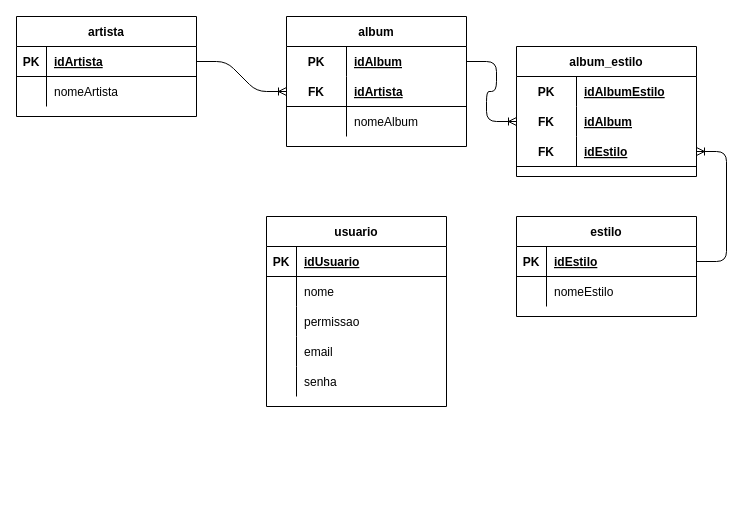
Before: page "Logico" (2 of 2) of exercicios/1.4-exercicio-optus/Modelagem/1.4-exercicio-optus.drawio in LimaGustav/senai_sprint1_bd, a draw.io diagram. Source tidied: cells renumbered, new cells numbered last; positions are measured from the earlier drawing's top-left corner, leaving out a move shared by most shapes. Both pictures are drawn from the tidied source at 100%, with x=0, y=0 at pixel (16, 16).
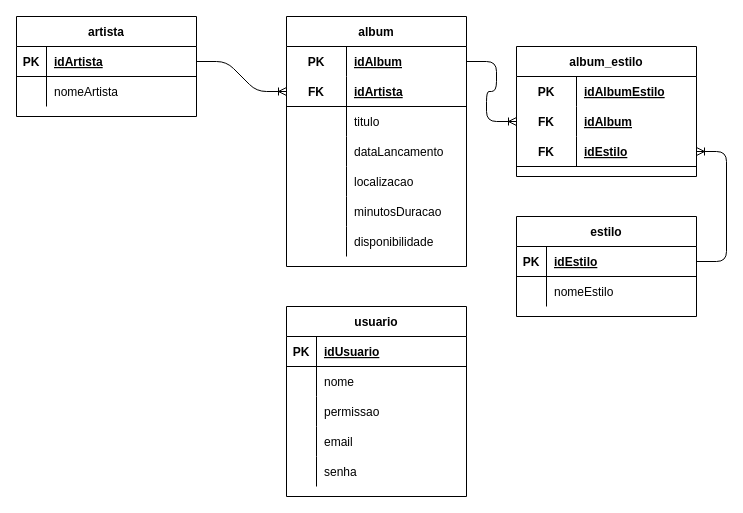
After the change.

Unchanged cells that the change refers to:
```xml
<mxCell id="52" style="shape=partialRectangle;fillColor=none;top=0;left=0;bottom=0;right=0;" parent="45" vertex="1">
  <mxGeometry y="90" width="180" height="30" as="geometry" />
</mxCell>
```

Change to the diagram source:
```diff
@@
     <mxCell id="2" value="usuario" style="shape=table;startSize=30;childLayout=tableLayout;rowLines=0;fontStyle=1;align=center;" parent="1" vertex="1">
-      <mxGeometry x="250" y="200" width="180" height="190" as="geometry" />
+      <mxGeometry x="270" y="290" width="180" height="190" as="geometry" />
     </mxCell>
@@
     <mxCell id="45" value="album" style="shape=table;startSize=30;childLayout=tableLayout;rowLines=0;fontStyle=1;align=center;" parent="1" vertex="1">
-      <mxGeometry x="270" width="180" height="130" as="geometry" />
+      <mxGeometry x="270" width="180" height="250" as="geometry" />
     </mxCell>
@@
-    <mxCell id="54" value="nomeAlbum" style="shape=partialRectangle;fillColor=none;top=0;left=0;bottom=0;right=0;align=left;spacingLeft=6;overflow=hidden;" parent="52" vertex="1">
+    <mxCell id="54" value="titulo" style="shape=partialRectangle;fillColor=none;top=0;left=0;bottom=0;right=0;align=left;spacingLeft=6;overflow=hidden;" parent="52" vertex="1">
       <mxGeometry x="60" width="120" height="30" as="geometry" />
     </mxCell>
+    <mxCell id="55" style="shape=partialRectangle;fillColor=none;top=0;left=0;bottom=0;right=0;" parent="45" vertex="1">
+      <mxGeometry y="120" width="180" height="30" as="geometry" />
+    </mxCell>
+    <mxCell id="56" style="shape=partialRectangle;fillColor=none;top=0;left=0;bottom=0;right=0;overflow=hidden;" parent="55" vertex="1">
+      <mxGeometry width="60" height="30" as="geometry" />
+    </mxCell>
+    <mxCell id="57" value="dataLancamento" style="shape=partialRectangle;fillColor=none;top=0;left=0;bottom=0;right=0;align=left;spacingLeft=6;overflow=hidden;" parent="55" vertex="1">
+      <mxGeometry x="60" width="120" height="30" as="geometry" />
+    </mxCell>
+    <mxCell id="58" style="shape=partialRectangle;fillColor=none;top=0;left=0;bottom=0;right=0;" parent="45" vertex="1">
+      <mxGeometry y="150" width="180" height="30" as="geometry" />
+    </mxCell>
+    <mxCell id="59" style="shape=partialRectangle;fillColor=none;top=0;left=0;bottom=0;right=0;overflow=hidden;" parent="58" vertex="1">
+      <mxGeometry width="60" height="30" as="geometry" />
+    </mxCell>
+    <mxCell id="60" value="localizacao" style="shape=partialRectangle;fillColor=none;top=0;left=0;bottom=0;right=0;align=left;spacingLeft=6;overflow=hidden;" parent="58" vertex="1">
+      <mxGeometry x="60" width="120" height="30" as="geometry" />
+    </mxCell>
+    <mxCell id="61" style="shape=partialRectangle;fillColor=none;top=0;left=0;bottom=0;right=0;" parent="45" vertex="1">
+      <mxGeometry y="180" width="180" height="30" as="geometry" />
+    </mxCell>
+    <mxCell id="62" style="shape=partialRectangle;fillColor=none;top=0;left=0;bottom=0;right=0;overflow=hidden;" parent="61" vertex="1">
+      <mxGeometry width="60" height="30" as="geometry" />
+    </mxCell>
+    <mxCell id="63" value="minutosDuracao" style="shape=partialRectangle;fillColor=none;top=0;left=0;bottom=0;right=0;align=left;spacingLeft=6;overflow=hidden;" parent="61" vertex="1">
+      <mxGeometry x="60" width="120" height="30" as="geometry" />
+    </mxCell>
+    <mxCell id="64" style="shape=partialRectangle;fillColor=none;top=0;left=0;bottom=0;right=0;" parent="45" vertex="1">
+      <mxGeometry y="210" width="180" height="30" as="geometry" />
+    </mxCell>
+    <mxCell id="65" style="shape=partialRectangle;fillColor=none;top=0;left=0;bottom=0;right=0;overflow=hidden;" parent="64" vertex="1">
+      <mxGeometry width="60" height="30" as="geometry" />
+    </mxCell>
+    <mxCell id="66" value="disponibilidade" style="shape=partialRectangle;fillColor=none;top=0;left=0;bottom=0;right=0;align=left;spacingLeft=6;overflow=hidden;" parent="64" vertex="1">
+      <mxGeometry x="60" width="120" height="30" as="geometry" />
+    </mxCell>
```
